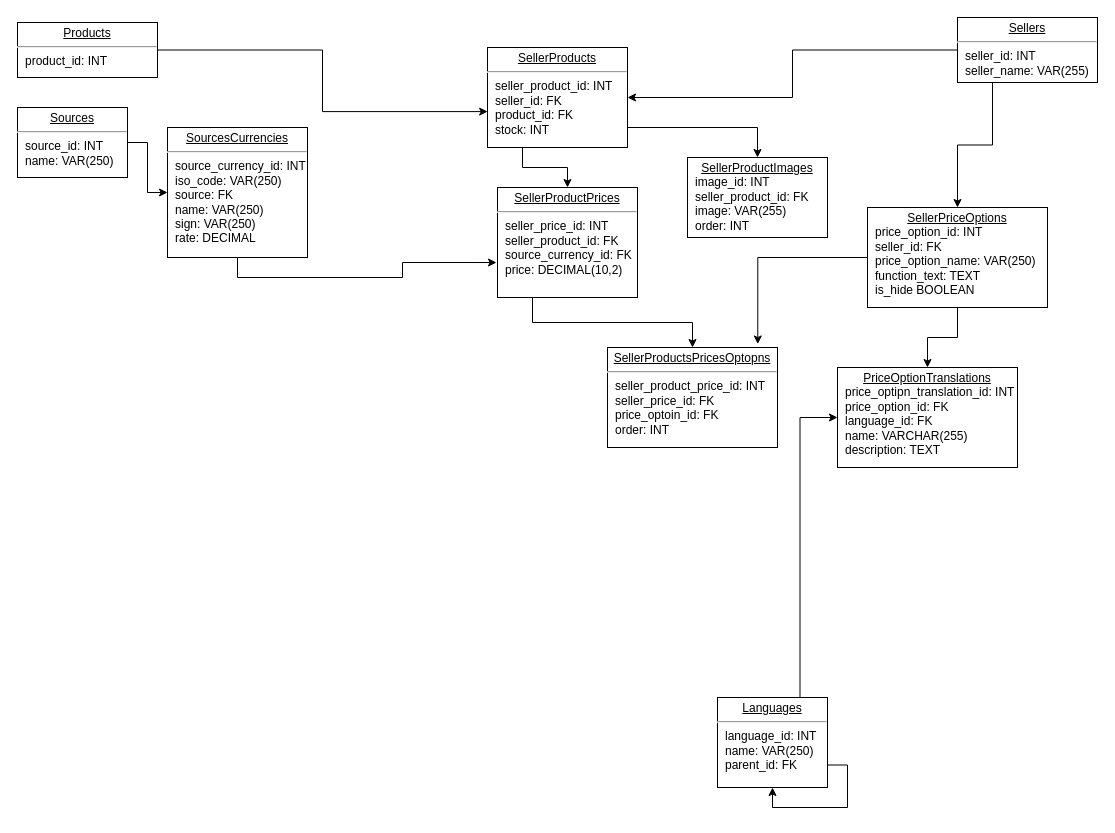
Earlier version of the draw.io diagram Диаграмма без названия.drawio (vinter-man/db_draw_io). Source tidied: cells renumbered, new cells numbered last; positions are measured from the earlier drawing's top-left corner, leaving out a move shared by most shapes. Both pictures are drawn from the tidied source at 100%, with x=0, y=0 at pixel (17, 17).
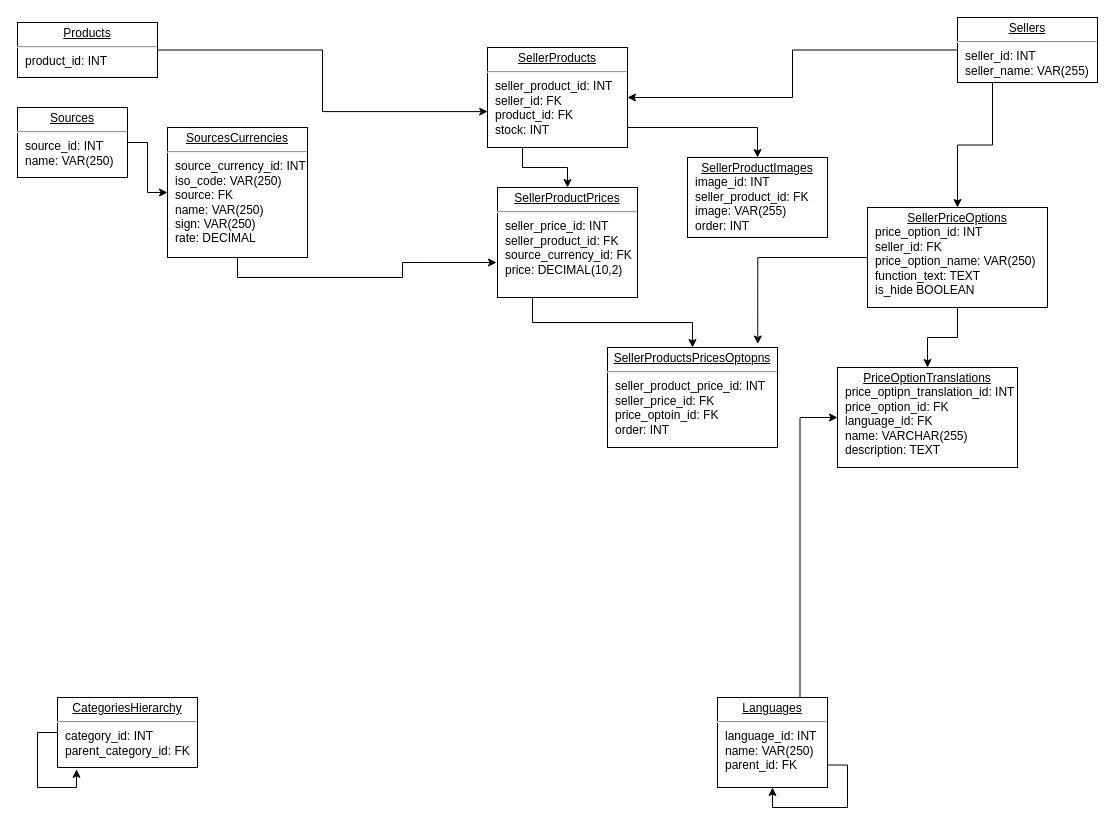
Above is the later version.

Commit message:
add category table

Change to the diagram source:
```diff
@@
+    <mxCell id="25" value="&lt;p style=&quot;margin: 0px ; margin-top: 4px ; text-align: center ; text-decoration: underline&quot;&gt;CategoriesHierarchy&lt;/p&gt;&lt;hr&gt;&lt;p style=&quot;margin: 0px ; margin-left: 8px&quot;&gt;category_id: INT&lt;/p&gt;&lt;p style=&quot;margin: 0px ; margin-left: 8px&quot;&gt;parent_category_id: FK&lt;/p&gt;&lt;p style=&quot;margin: 0px ; margin-left: 8px&quot;&gt;&lt;br&gt;&lt;/p&gt;" style="verticalAlign=top;align=left;overflow=fill;fontSize=12;fontFamily=Helvetica;html=1;rounded=0;shadow=0;comic=0;labelBackgroundColor=none;strokeWidth=1;" parent="1" vertex="1">
+      <mxGeometry x="40" y="680" width="140" height="70" as="geometry" />
+    </mxCell>
+    <mxCell id="26" style="edgeStyle=orthogonalEdgeStyle;rounded=0;orthogonalLoop=1;jettySize=auto;html=1;exitX=0;exitY=0.5;exitDx=0;exitDy=0;entryX=0.136;entryY=1.027;entryDx=0;entryDy=0;entryPerimeter=0;" parent="1" edge="1" source="25" target="25">
+      <mxGeometry relative="1" as="geometry" />
+    </mxCell>
```
